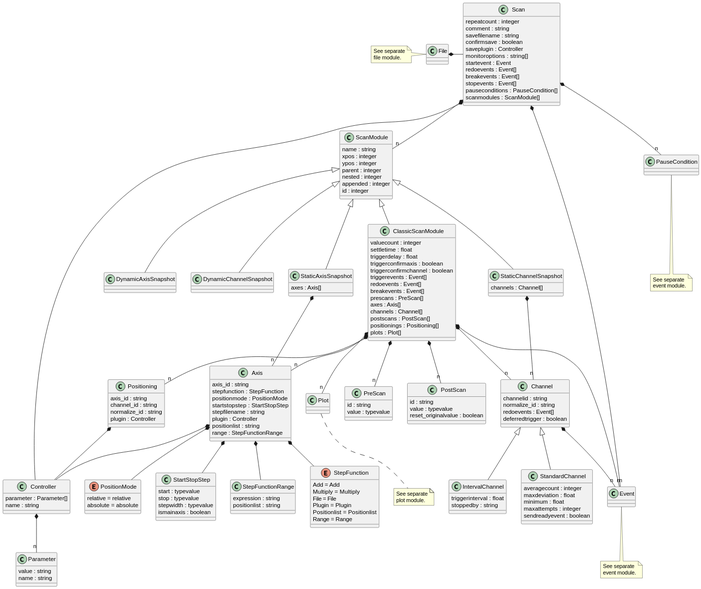
tillbiskup/evedata keeps this PlantUML diagram as docs/uml/evedata.scml.scan.svg. Above is the earlier version.
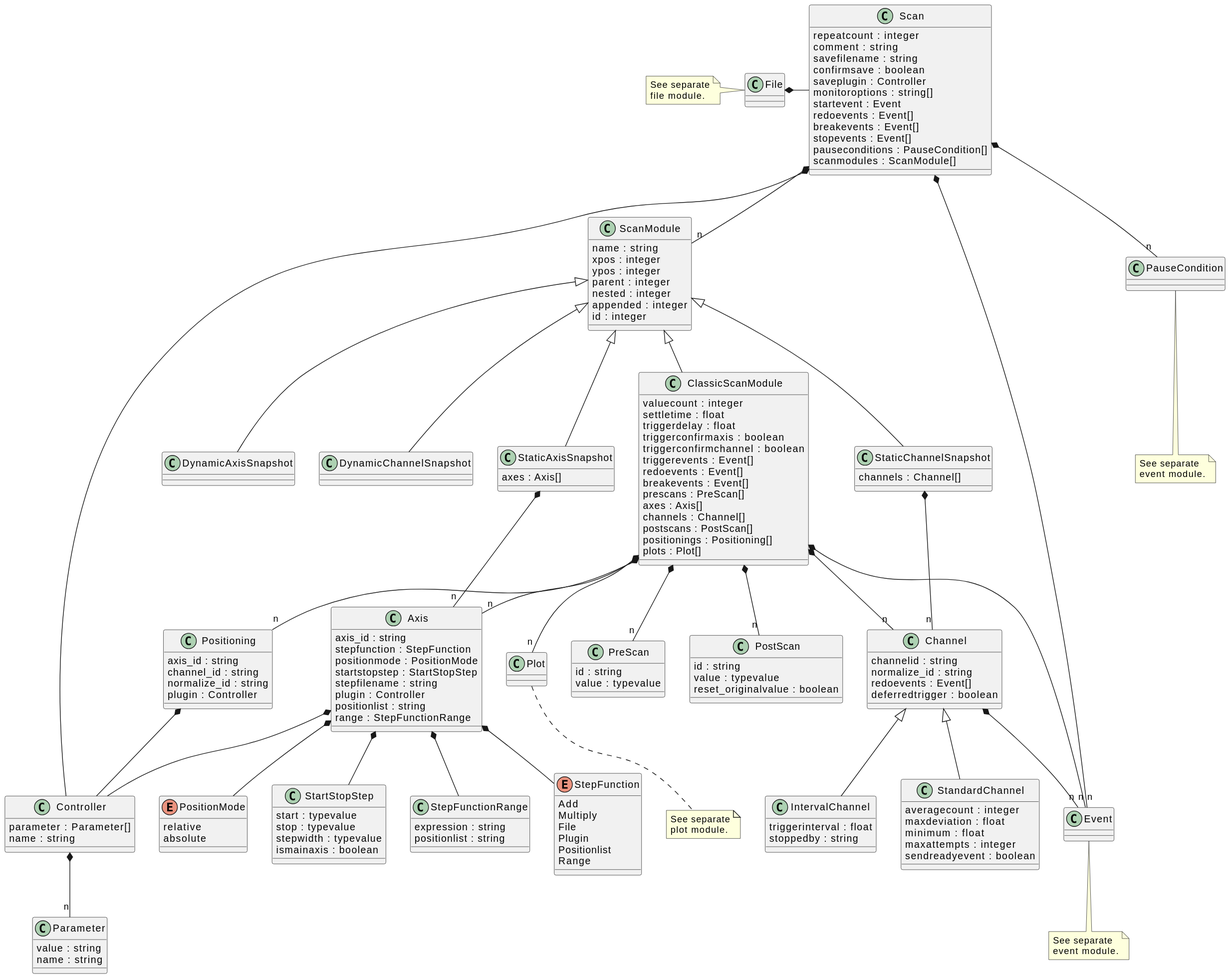
After the commit.

Diff of the diagram source:
```diff
@@ -134,8 +134,8 @@
 Axis *-- StepFunctionRange
 
 enum PositionMode {
-    relative = relative
-    absolute = absolute
+    relative
+    absolute
 }
 
 class Channel {
@@ -164,12 +164,12 @@
 }
 
 enum StepFunction {
-    Add = Add
-    Multiply = Multiply
-    File = File
-    Plugin = Plugin
-    Positionlist = Positionlist
-    Range = Range
+    Add
+    Multiply
+    File
+    Plugin
+    Positionlist
+    Range
 }
 
 class StepFunctionRange {
```
